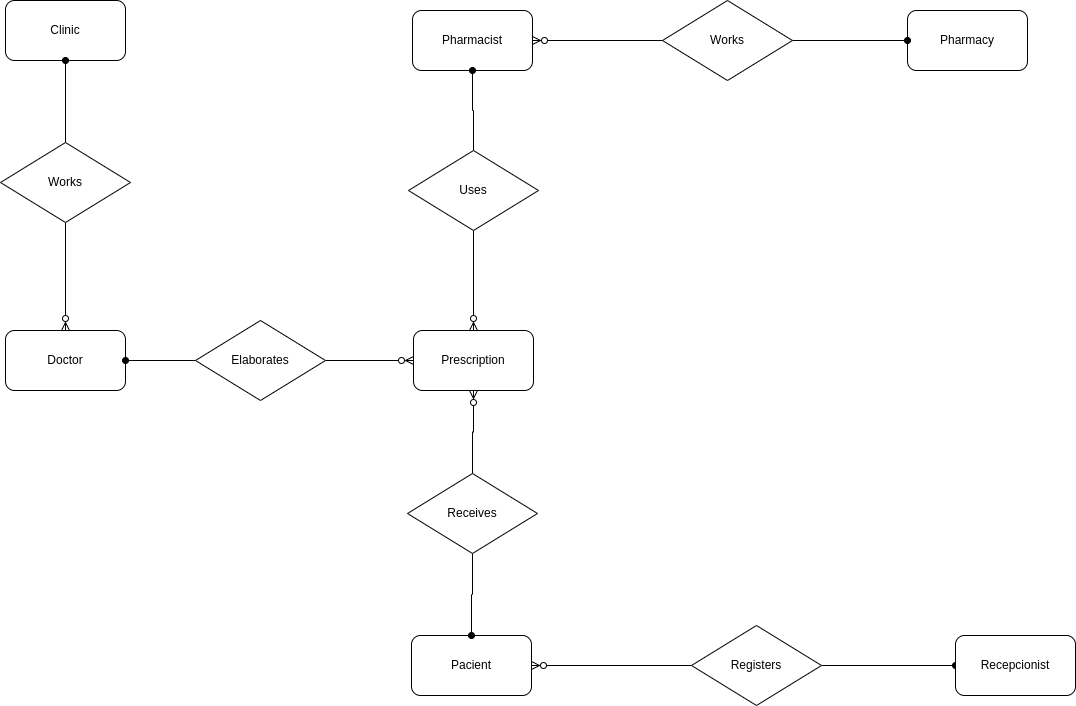
This is specs/entity relationship.drawio.png from anaximeno/prescriptor, a draw.io export, as it was before one commit. Source tidied: cells renumbered, new cells last; positions are measured from the earlier drawing's top-left corner, leaving out a move shared by most shapes.
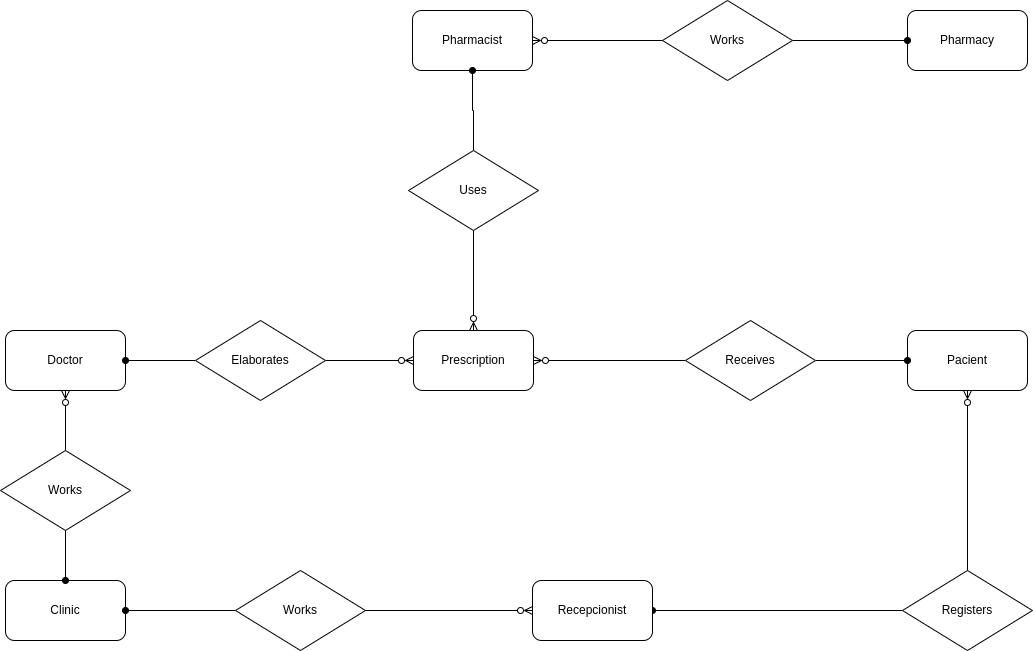
Above is the later version.

Change to the diagram source:
```diff
@@ -12,7 +12,7 @@
       <mxGeometry x="413" y="330" width="120" height="60" as="geometry" />
     </mxCell>
     <mxCell id="5" value="Pacient" style="rounded=1;whiteSpace=wrap;html=1;" parent="1" vertex="1">
-      <mxGeometry x="411" y="635" width="120" height="60" as="geometry" />
+      <mxGeometry x="907" y="330" width="120" height="60" as="geometry" />
     </mxCell>
     <mxCell id="6" style="edgeStyle=orthogonalEdgeStyle;rounded=0;jettySize=auto;html=1;endArrow=ERzeroToMany;endFill=0;" parent="1" edge="1" source="8" target="4">
       <mxGeometry relative="1" as="geometry" />
@@ -39,25 +39,25 @@
       <mxGeometry relative="1" as="geometry" />
     </mxCell>
     <mxCell id="14" value="Receives" style="rhombus;whiteSpace=wrap;html=1;" parent="1" vertex="1">
-      <mxGeometry x="407" y="473" width="130" height="80" as="geometry" />
+      <mxGeometry x="685" y="320" width="130" height="80" as="geometry" />
     </mxCell>
-    <mxCell id="15" style="edgeStyle=orthogonalEdgeStyle;rounded=0;jettySize=auto;html=1;entryX=1;entryY=0.5;entryDx=0;entryDy=0;endArrow=ERzeroToMany;endFill=0;" parent="1" edge="1" source="17" target="5">
+    <mxCell id="15" style="edgeStyle=orthogonalEdgeStyle;rounded=0;jettySize=auto;html=1;endArrow=ERzeroToMany;endFill=0;" parent="1" edge="1" source="17" target="5">
       <mxGeometry relative="1" as="geometry" />
     </mxCell>
-    <mxCell id="16" style="edgeStyle=orthogonalEdgeStyle;rounded=0;jettySize=auto;html=1;entryX=0;entryY=0.5;entryDx=0;entryDy=0;endArrow=oval;endFill=1;" parent="1" edge="1" source="17" target="18">
+    <mxCell id="16" style="edgeStyle=orthogonalEdgeStyle;rounded=0;jettySize=auto;html=1;entryX=1;entryY=0.5;entryDx=0;entryDy=0;endArrow=oval;endFill=1;" parent="1" edge="1" source="17" target="18">
       <mxGeometry relative="1" as="geometry" />
     </mxCell>
     <mxCell id="17" value="Registers" style="rhombus;whiteSpace=wrap;html=1;" parent="1" vertex="1">
-      <mxGeometry x="691" y="625" width="130" height="80" as="geometry" />
+      <mxGeometry x="902" y="570" width="130" height="80" as="geometry" />
     </mxCell>
     <mxCell id="18" value="Recepcionist" style="rounded=1;whiteSpace=wrap;html=1;" parent="1" vertex="1">
-      <mxGeometry x="955" y="635" width="120" height="60" as="geometry" />
+      <mxGeometry x="532" y="580" width="120" height="60" as="geometry" />
     </mxCell>
     <mxCell id="19" value="Pharmacy" style="rounded=1;whiteSpace=wrap;html=1;" parent="1" vertex="1">
       <mxGeometry x="907" y="10" width="120" height="60" as="geometry" />
     </mxCell>
     <mxCell id="20" value="Clinic" style="rounded=1;whiteSpace=wrap;html=1;" parent="1" vertex="1">
-      <mxGeometry x="5" width="120" height="60" as="geometry" />
+      <mxGeometry x="5" y="580" width="120" height="60" as="geometry" />
     </mxCell>
     <mxCell id="21" style="edgeStyle=orthogonalEdgeStyle;rounded=0;jettySize=auto;html=1;endArrow=oval;endFill=1;" parent="1" edge="1" source="23" target="20">
       <mxGeometry relative="1" as="geometry" />
@@ -66,7 +66,7 @@
       <mxGeometry relative="1" as="geometry" />
     </mxCell>
     <mxCell id="23" value="Works" style="rhombus;whiteSpace=wrap;html=1;" parent="1" vertex="1">
-      <mxGeometry y="142" width="130" height="80" as="geometry" />
+      <mxGeometry y="450" width="130" height="80" as="geometry" />
     </mxCell>
     <mxCell id="24" style="edgeStyle=orthogonalEdgeStyle;rounded=0;jettySize=auto;html=1;entryX=1;entryY=0.5;entryDx=0;entryDy=0;endArrow=ERzeroToMany;endFill=0;" parent="1" edge="1" source="26" target="3">
       <mxGeometry relative="1" as="geometry" />
@@ -77,5 +77,17 @@
     <mxCell id="26" value="Works" style="rhombus;whiteSpace=wrap;html=1;" parent="1" vertex="1">
       <mxGeometry x="662" width="130" height="80" as="geometry" />
     </mxCell>
+    <mxCell id="27" style="edgeStyle=orthogonalEdgeStyle;rounded=0;orthogonalLoop=1;jettySize=auto;html=1;exitX=0.5;exitY=1;exitDx=0;exitDy=0;" parent="1" edge="1" source="20" target="20">
+      <mxGeometry relative="1" as="geometry" />
+    </mxCell>
+    <mxCell id="28" style="edgeStyle=orthogonalEdgeStyle;rounded=0;jettySize=auto;html=1;entryX=0;entryY=0.5;entryDx=0;entryDy=0;endArrow=ERzeroToMany;endFill=0;" parent="1" edge="1" source="30" target="18">
+      <mxGeometry relative="1" as="geometry" />
+    </mxCell>
+    <mxCell id="29" style="edgeStyle=orthogonalEdgeStyle;rounded=0;jettySize=auto;html=1;endArrow=oval;endFill=1;" parent="1" edge="1" source="30" target="20">
+      <mxGeometry relative="1" as="geometry" />
+    </mxCell>
+    <mxCell id="30" value="Works" style="rhombus;whiteSpace=wrap;html=1;" parent="1" vertex="1">
+      <mxGeometry x="235" y="570" width="130" height="80" as="geometry" />
+    </mxCell>
   </root>
 </mxGraphModel>
```
